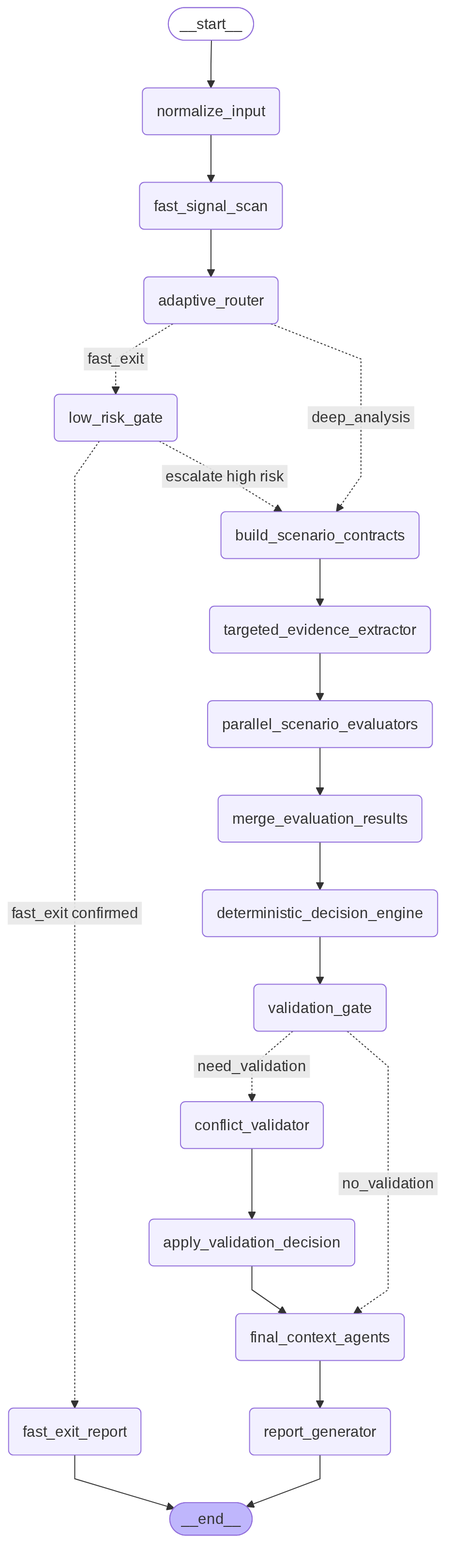
This is docs/chat_agent_graph/chat_agent_stategraph.png from dy-iy/Crypto-Risk-Agent, a Mermaid export, as it was before one commit. Its source is kept beside it as docs/chat_agent_stategraph.mmd.
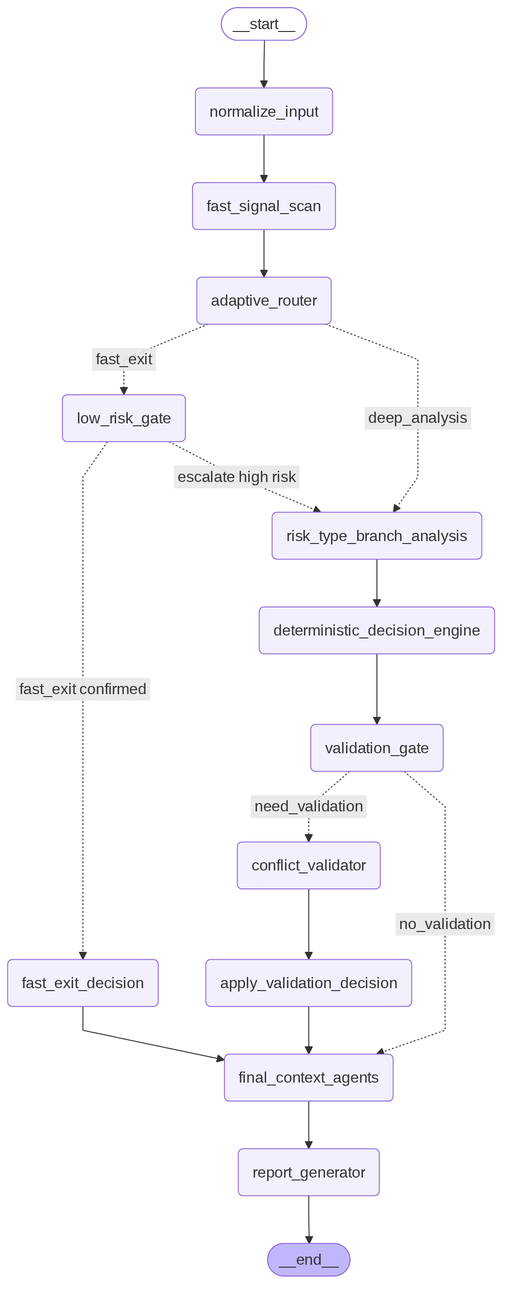
The same file after the commit.

Diff of the diagram source:
```diff
@@ -9,11 +9,8 @@
 	fast_signal_scan(fast_signal_scan)
 	adaptive_router(adaptive_router)
 	low_risk_gate(low_risk_gate)
-	fast_exit_report(fast_exit_report)
-	build_scenario_contracts(build_scenario_contracts)
-	targeted_evidence_extractor(targeted_evidence_extractor)
-	parallel_scenario_evaluators(parallel_scenario_evaluators)
-	merge_evaluation_results(merge_evaluation_results)
+	fast_exit_decision(fast_exit_decision)
+	risk_type_branch_analysis(risk_type_branch_analysis)
 	deterministic_decision_engine(deterministic_decision_engine)
 	validation_gate(validation_gate)
 	conflict_validator(conflict_validator)
@@ -25,14 +22,11 @@
 	normalize_input --> fast_signal_scan;
 	fast_signal_scan --> adaptive_router;
 	adaptive_router -. &nbsp;fast_exit&nbsp; .-> low_risk_gate;
-	adaptive_router -. &nbsp;deep_analysis&nbsp; .-> build_scenario_contracts;
-	low_risk_gate -. &nbsp;fast_exit confirmed&nbsp; .-> fast_exit_report;
-	low_risk_gate -. &nbsp;escalate high risk&nbsp; .-> build_scenario_contracts;
-	fast_exit_report --> __end__;
-	build_scenario_contracts --> targeted_evidence_extractor;
-	targeted_evidence_extractor --> parallel_scenario_evaluators;
-	parallel_scenario_evaluators --> merge_evaluation_results;
-	merge_evaluation_results --> deterministic_decision_engine;
+	adaptive_router -. &nbsp;deep_analysis&nbsp; .-> risk_type_branch_analysis;
+	low_risk_gate -. &nbsp;fast_exit confirmed&nbsp; .-> fast_exit_decision;
+	low_risk_gate -. &nbsp;escalate high risk&nbsp; .-> risk_type_branch_analysis;
+	fast_exit_decision --> final_context_agents;
+	risk_type_branch_analysis --> deterministic_decision_engine;
 	deterministic_decision_engine --> validation_gate;
 	validation_gate -. &nbsp;need_validation&nbsp; .-> conflict_validator;
 	validation_gate -. &nbsp;no_validation&nbsp; .-> final_context_agents;
```
